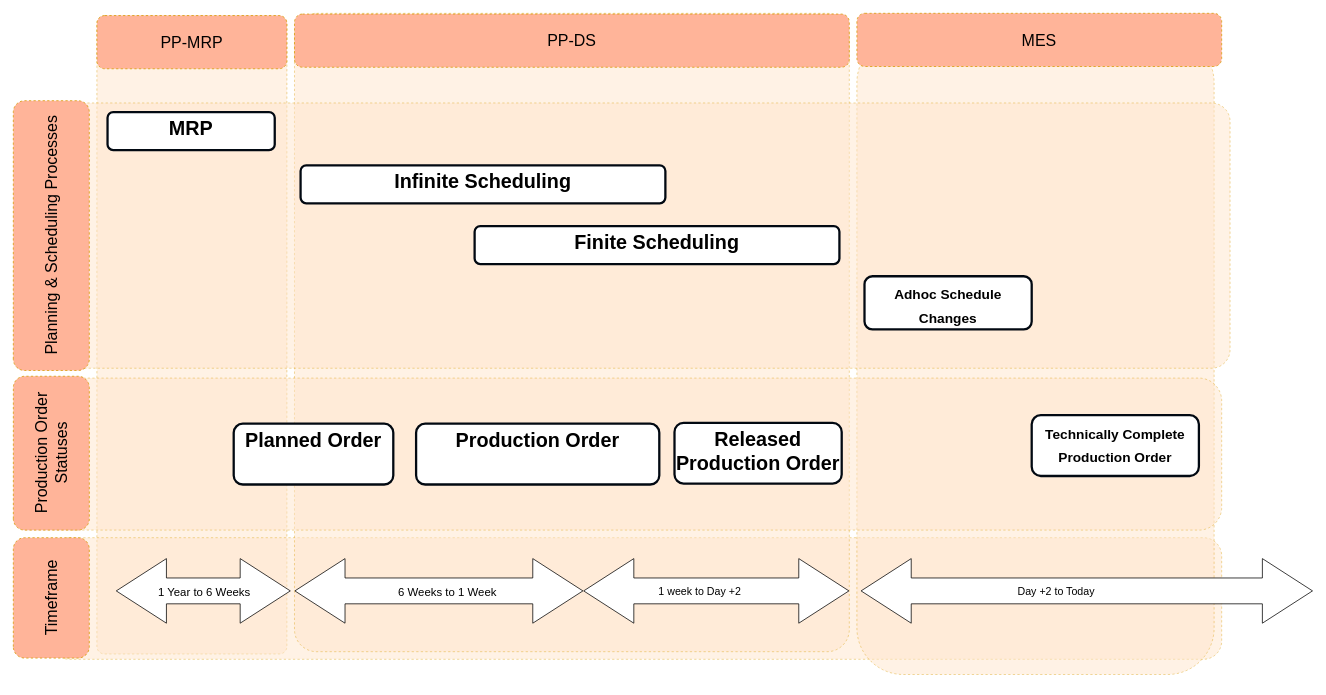
The draw.io diagram page "MRP SAP- All Scheduling MES" (4 of 6) of MES.drawio in mrf742002/Diagrams, before the edit. Source tidied: cells renumbered, new cells numbered last; positions are measured from the earlier drawing's top-left corner, leaving out a move shared by most shapes. Both pictures are drawn from the tidied source at 76%, with x=0, y=0 at pixel (-84, 13).
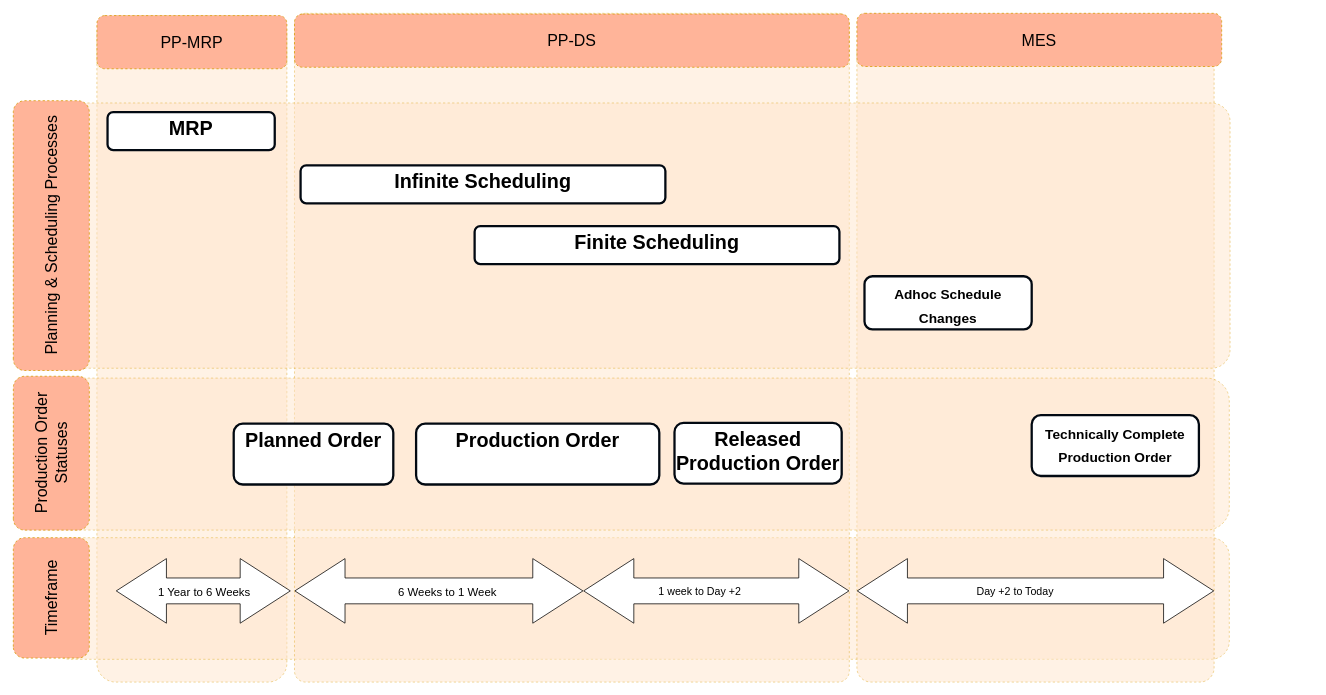
After the change.

Diff of the diagram source:
```diff
@@
-    <mxCell id="2" style="rounded=1;whiteSpace=wrap;html=1;verticalAlign=top;strokeWidth=1;strokeColor=#d79b00;dashed=1;fillColor=#ffe6cc;opacity=50;arcSize=4;" parent="1" vertex="1">
-      <mxGeometry x="238" y="3" width="250" height="840" as="geometry" />
+    <mxCell id="2" style="rounded=1;whiteSpace=wrap;html=1;verticalAlign=top;strokeWidth=1;strokeColor=#d79b00;dashed=1;fillColor=#ffe6cc;opacity=50;arcSize=10;" parent="1" vertex="1">
+      <mxGeometry x="238" y="3" width="250" height="877" as="geometry" />
     </mxCell>
     <mxCell id="3" style="rounded=1;whiteSpace=wrap;html=1;verticalAlign=top;strokeWidth=1;strokeColor=#d79b00;dashed=1;fillColor=#ffe6cc;opacity=50;" parent="1" vertex="1">
-      <mxGeometry x="178" y="690" width="1540" height="160" as="geometry" />
+      <mxGeometry x="178" y="690" width="1550" height="160" as="geometry" />
     </mxCell>
-    <mxCell id="4" style="rounded=1;whiteSpace=wrap;html=1;verticalAlign=top;strokeWidth=1;strokeColor=#d79b00;dashed=1;fillColor=#ffe6cc;opacity=50;arcSize=4;" parent="1" vertex="1">
-      <mxGeometry x="498" width="730" height="840" as="geometry" />
+    <mxCell id="4" style="rounded=1;whiteSpace=wrap;html=1;verticalAlign=top;strokeWidth=1;strokeColor=#d79b00;dashed=1;fillColor=#ffe6cc;opacity=50;arcSize=2;" parent="1" vertex="1">
+      <mxGeometry x="498" width="730" height="880" as="geometry" />
     </mxCell>
-    <mxCell id="5" style="rounded=1;whiteSpace=wrap;html=1;verticalAlign=top;strokeWidth=1;strokeColor=#d79b00;dashed=1;fillColor=#ffe6cc;opacity=50;arcSize=13;" parent="1" vertex="1">
-      <mxGeometry x="1238" y="30" width="470" height="840" as="geometry" />
+    <mxCell id="5" style="rounded=1;whiteSpace=wrap;html=1;verticalAlign=top;strokeWidth=1;strokeColor=#d79b00;dashed=1;fillColor=#ffe6cc;opacity=50;arcSize=4;" parent="1" vertex="1">
+      <mxGeometry x="1238" y="30" width="470" height="850" as="geometry" />
     </mxCell>
     <mxCell id="6" style="rounded=1;whiteSpace=wrap;html=1;verticalAlign=top;strokeWidth=1;strokeColor=#d79b00;dashed=1;fillColor=#ffe6cc;opacity=50;" parent="1" vertex="1">
-      <mxGeometry x="178" y="480" width="1540" height="200" as="geometry" />
+      <mxGeometry x="178" y="480" width="1550" height="200" as="geometry" />
     </mxCell>
@@
     <mxCell id="26" style="shape=flexArrow;endArrow=classic;startArrow=classic;html=1;fontSize=34;endWidth=50;endSize=21.66;width=34;startWidth=50;startSize=21.66;fillColor=#ffffff;" parent="1" edge="1">
       <mxGeometry relative="1" as="geometry">
-        <mxPoint x="1243" y="760" as="sourcePoint" />
-        <mxPoint x="1838" y="760" as="targetPoint" />
+        <mxPoint x="1238" y="760" as="sourcePoint" />
+        <mxPoint x="1708" y="760" as="targetPoint" />
       </mxGeometry>
     </mxCell>
```
